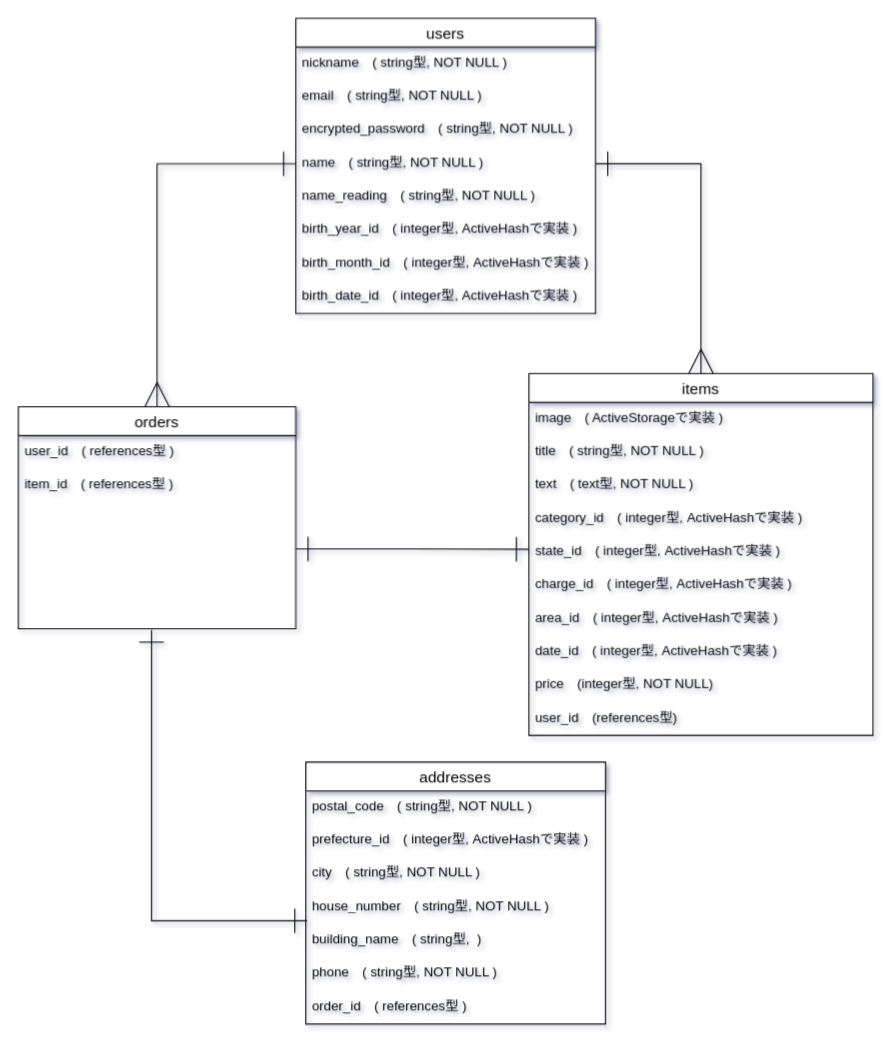
The draw.io diagram furima-36122.dio in yabebebebe/furima-36122, before the edit. Source tidied: cells renumbered, new cells numbered last; positions are measured from the earlier drawing's top-left corner, leaving out a move shared by most shapes. Both pictures are drawn from the tidied source at 111%, with x=0, y=0 at pixel (18, 18).
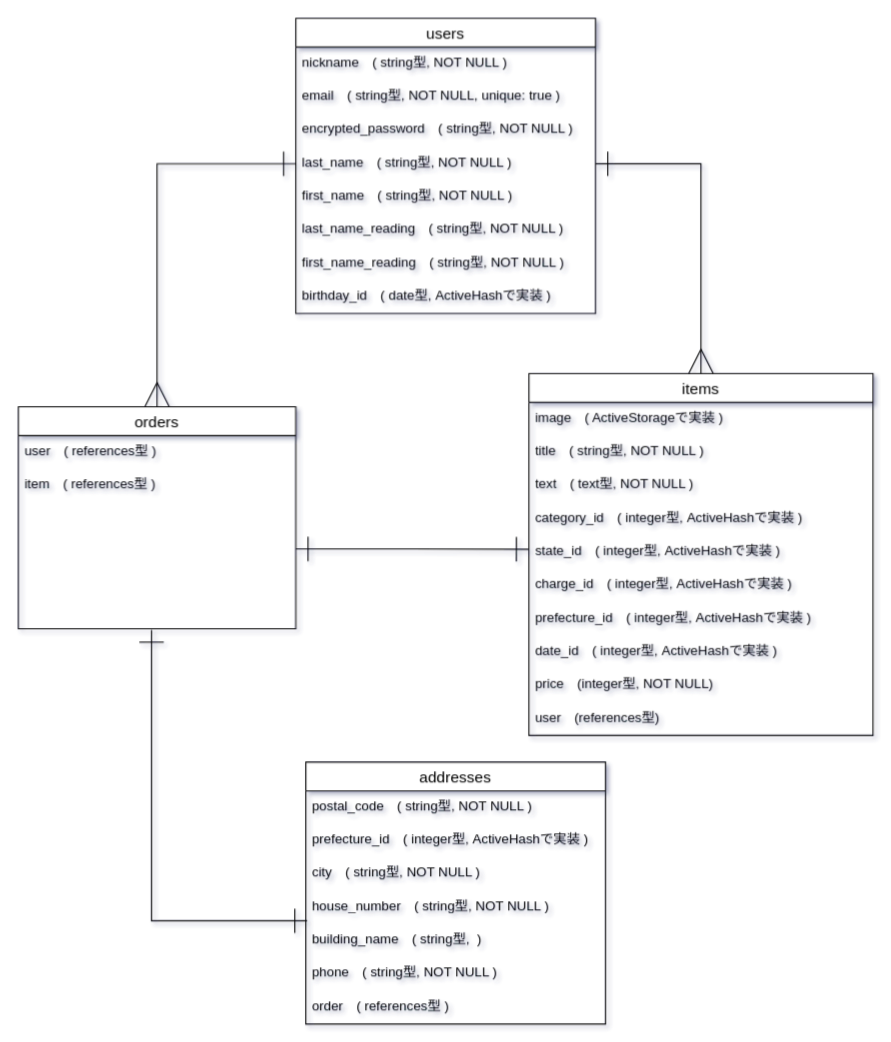
Above is the later version.

Commit message (it also covers changes not shown here):
データベース設計実装の修正１

The change refers to these unchanged cells:
```xml
<mxCell id="3" value="users" style="swimlane;fontStyle=0;horizontal=1;startSize=26;align=center;fontSize=14;swimlaneLine=1;" parent="1" vertex="1">
  <mxGeometry x="250" width="270" height="266" as="geometry" />
</mxCell>
<mxCell id="12" value="items" style="swimlane;fontStyle=0;horizontal=1;startSize=26;align=center;fontSize=14;" parent="1" vertex="1">
  <mxGeometry x="460" y="320" width="310" height="326" as="geometry" />
</mxCell>
<mxCell id="23" value="orders" style="swimlane;fontStyle=0;horizontal=1;startSize=26;align=center;fontSize=14;" parent="1" vertex="1">
  <mxGeometry y="350" width="250" height="200" as="geometry" />
</mxCell>
<mxCell id="26" value="addresses" style="swimlane;fontStyle=0;horizontal=1;startSize=26;align=center;fontSize=14;verticalAlign=middle;" parent="1" vertex="1">
  <mxGeometry x="259" y="670" width="270" height="236" as="geometry" />
</mxCell>
```

Change to the diagram source:
```diff
@@
-    <mxCell id="5" value="email　( string型, NOT NULL )" style="text;strokeColor=none;fillColor=none;spacingLeft=4;spacingRight=4;overflow=hidden;fontSize=12;" parent="3" vertex="1">
+    <mxCell id="5" value="email　( string型, NOT NULL, unique: true )" style="text;strokeColor=none;fillColor=none;spacingLeft=4;spacingRight=4;overflow=hidden;fontSize=12;" parent="3" vertex="1">
       <mxGeometry y="56" width="270" height="30" as="geometry" />
     </mxCell>
@@
-    <mxCell id="7" value="name　( string型, NOT NULL )" style="text;strokeColor=none;fillColor=none;spacingLeft=4;spacingRight=4;overflow=hidden;points=[[0,0.5],[1,0.5]];portConstraint=eastwest;fontSize=12;" parent="3" vertex="1">
+    <mxCell id="7" value="last_name　( string型, NOT NULL )" style="text;strokeColor=none;fillColor=none;spacingLeft=4;spacingRight=4;overflow=hidden;points=[[0,0.5],[1,0.5]];portConstraint=eastwest;fontSize=12;" parent="3" vertex="1">
       <mxGeometry y="116" width="270" height="30" as="geometry" />
     </mxCell>
+    <mxCell id="37" value="first_name　( string型, NOT NULL )" style="text;strokeColor=none;fillColor=none;spacingLeft=4;spacingRight=4;overflow=hidden;fontSize=12;" parent="3" vertex="1">
+      <mxGeometry y="146" width="270" height="30" as="geometry" />
+    </mxCell>
-    <mxCell id="8" value="name_reading　( string型, NOT NULL )" style="text;strokeColor=none;fillColor=none;spacingLeft=4;spacingRight=4;overflow=hidden;fontSize=12;" parent="3" vertex="1">
-      <mxGeometry y="146" width="270" height="30" as="geometry" />
+    <mxCell id="8" value="last_name_reading　( string型, NOT NULL )" style="text;strokeColor=none;fillColor=none;spacingLeft=4;spacingRight=4;overflow=hidden;fontSize=12;" parent="3" vertex="1">
+      <mxGeometry y="176" width="270" height="30" as="geometry" />
     </mxCell>
+    <mxCell id="38" value="first_name_reading　( string型, NOT NULL )" style="text;strokeColor=none;fillColor=none;spacingLeft=4;spacingRight=4;overflow=hidden;fontSize=12;" parent="3" vertex="1">
+      <mxGeometry y="206" width="270" height="30" as="geometry" />
+    </mxCell>
-    <mxCell id="9" value="birth_year_id　( integer型, ActiveHashで実装 )" style="text;strokeColor=none;fillColor=none;spacingLeft=4;spacingRight=4;overflow=hidden;fontSize=12;" parent="3" vertex="1">
-      <mxGeometry y="176" width="270" height="30" as="geometry" />
+    <mxCell id="9" value="birthday_id　( date型, ActiveHashで実装 )" style="text;strokeColor=none;fillColor=none;spacingLeft=4;spacingRight=4;overflow=hidden;fontSize=12;" parent="3" vertex="1">
+      <mxGeometry y="236" width="270" height="30" as="geometry" />
     </mxCell>
-    <mxCell id="10" value="birth_month_id　( integer型, ActiveHashで実装 )" style="text;strokeColor=none;fillColor=none;spacingLeft=4;spacingRight=4;overflow=hidden;fontSize=12;" parent="3" vertex="1">
-      <mxGeometry y="206" width="270" height="30" as="geometry" />
-    </mxCell>
-    <mxCell id="11" value="birth_date_id　( integer型, ActiveHashで実装 )" style="text;strokeColor=none;fillColor=none;spacingLeft=4;spacingRight=4;overflow=hidden;fontSize=12;" parent="3" vertex="1">
-      <mxGeometry y="236" width="270" height="30" as="geometry" />
-    </mxCell>
@@
-    <mxCell id="19" value="area_id　( integer型, ActiveHashで実装 )" style="text;strokeColor=none;fillColor=none;spacingLeft=4;spacingRight=4;overflow=hidden;fontSize=12;" parent="12" vertex="1">
+    <mxCell id="19" value="prefecture_id　( integer型, ActiveHashで実装 )" style="text;strokeColor=none;fillColor=none;spacingLeft=4;spacingRight=4;overflow=hidden;fontSize=12;" parent="12" vertex="1">
       <mxGeometry y="206" width="310" height="30" as="geometry" />
     </mxCell>
@@
-    <mxCell id="22" value="user_id　(references型)" style="text;strokeColor=none;fillColor=none;spacingLeft=4;spacingRight=4;overflow=hidden;fontSize=12;" parent="12" vertex="1">
+    <mxCell id="22" value="user　(references型)" style="text;strokeColor=none;fillColor=none;spacingLeft=4;spacingRight=4;overflow=hidden;fontSize=12;" parent="12" vertex="1">
       <mxGeometry y="296" width="310" height="30" as="geometry" />
     </mxCell>
@@
-    <mxCell id="24" value="user_id　( references型 )" style="text;strokeColor=none;fillColor=none;spacingLeft=4;spacingRight=4;overflow=hidden;fontSize=12;" parent="23" vertex="1">
+    <mxCell id="24" value="user　( references型 )" style="text;strokeColor=none;fillColor=none;spacingLeft=4;spacingRight=4;overflow=hidden;fontSize=12;" parent="23" vertex="1">
       <mxGeometry y="26" width="250" height="30" as="geometry" />
     </mxCell>
-    <mxCell id="25" value="item_id　( references型 )" style="text;strokeColor=none;fillColor=none;spacingLeft=4;spacingRight=4;overflow=hidden;points=[[0,0.5],[1,0.5]];portConstraint=eastwest;fontSize=12;" parent="23" vertex="1">
+    <mxCell id="25" value="item　( references型 )" style="text;strokeColor=none;fillColor=none;spacingLeft=4;spacingRight=4;overflow=hidden;points=[[0,0.5],[1,0.5]];portConstraint=eastwest;fontSize=12;" parent="23" vertex="1">
       <mxGeometry y="56" width="250" height="144" as="geometry" />
     </mxCell>
@@
-    <mxCell id="33" value="order_id　( references型 )" style="text;strokeColor=none;fillColor=none;spacingLeft=4;spacingRight=4;overflow=hidden;fontSize=12;" parent="26" vertex="1">
+    <mxCell id="33" value="order　( references型 )" style="text;strokeColor=none;fillColor=none;spacingLeft=4;spacingRight=4;overflow=hidden;fontSize=12;" parent="26" vertex="1">
       <mxGeometry y="206" width="270" height="30" as="geometry" />
     </mxCell>
```
